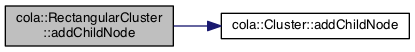
Earlier version of the Graphviz export documentation/classcola_1_1RectangularCluster_a911163cd00e56a7d9d45620943db97a6_cgraph.png (mjwybrow/adaptagrams). Its source is kept beside it as documentation/classcola_1_1RectangularCluster_a911163cd00e56a7d9d45620943db97a6_cgraph.dot. Source of this version:
```dot
digraph "cola::RectangularCluster::addChildNode"
{
  edge [fontname="Helvetica",fontsize="10",labelfontname="Helvetica",labelfontsize="10"];
  node [fontname="Helvetica",fontsize="10",shape=record];
  rankdir="LR";
  Node1 [label="cola::RectangularCluster\l::addChildNode",height=0.2,width=0.4,color="black", fillcolor="grey75", style="filled", fontcolor="black"];
  Node1 -> Node2 [color="midnightblue",fontsize="10",style="solid",fontname="Helvetica"];
  Node2 [label="cola::Cluster::addChildNode",height=0.2,width=0.4,color="black", fillcolor="white", style="filled",URL="$classcola_1_1Cluster.html#a830df170a6348485572b46f37e04fd0a",tooltip="Mark a rectangle as being a child of this cluster. "];
}
```
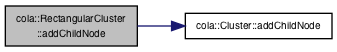
Above is the later version.

Diff of the diagram source:
```diff
@@ -3,7 +3,7 @@
   edge [fontname="Helvetica",fontsize="10",labelfontname="Helvetica",labelfontsize="10"];
   node [fontname="Helvetica",fontsize="10",shape=record];
   rankdir="LR";
-  Node1 [label="cola::RectangularCluster\l::addChildNode",height=0.2,width=0.4,color="black", fillcolor="grey75", style="filled", fontcolor="black"];
-  Node1 -> Node2 [color="midnightblue",fontsize="10",style="solid",fontname="Helvetica"];
-  Node2 [label="cola::Cluster::addChildNode",height=0.2,width=0.4,color="black", fillcolor="white", style="filled",URL="$classcola_1_1Cluster.html#a830df170a6348485572b46f37e04fd0a",tooltip="Mark a rectangle as being a child of this cluster. "];
+  Node2 [label="cola::RectangularCluster\l::addChildNode",height=0.2,width=0.4,color="black", fillcolor="grey75", style="filled", fontcolor="black"];
+  Node2 -> Node3 [color="midnightblue",fontsize="10",style="solid",fontname="Helvetica"];
+  Node3 [label="cola::Cluster::addChildNode",height=0.2,width=0.4,color="black", fillcolor="white", style="filled",URL="$classcola_1_1Cluster.html#a830df170a6348485572b46f37e04fd0a",tooltip="Mark a rectangle as being a child of this cluster. "];
 }
```
